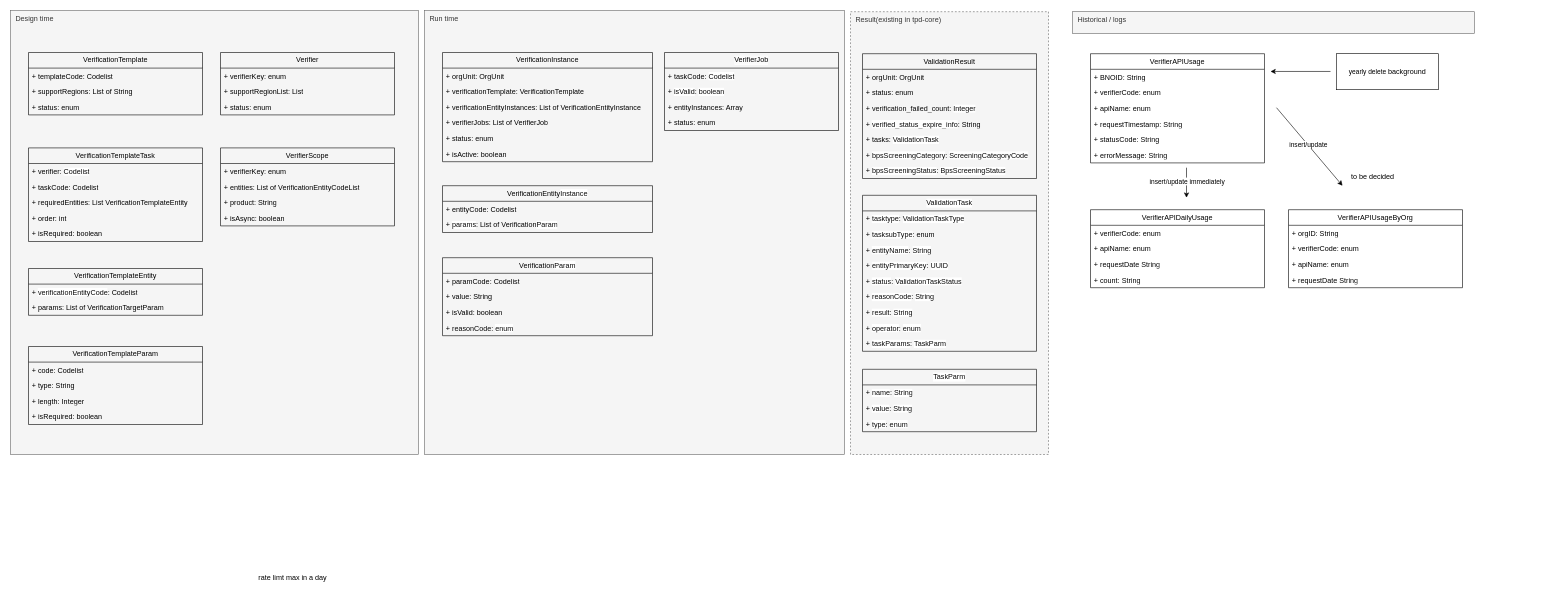
Above: page "Modeling" (3 of 9) of verification_framework.drawio in huangshijie/Drawio (draw.io), before the change. Source tidied: cells renumbered, new cells numbered last; positions are measured from the earlier drawing's top-left corner, leaving out a move shared by most shapes. Both pictures are drawn from the tidied source at 60%, with x=0, y=0 at pixel (10, 10).
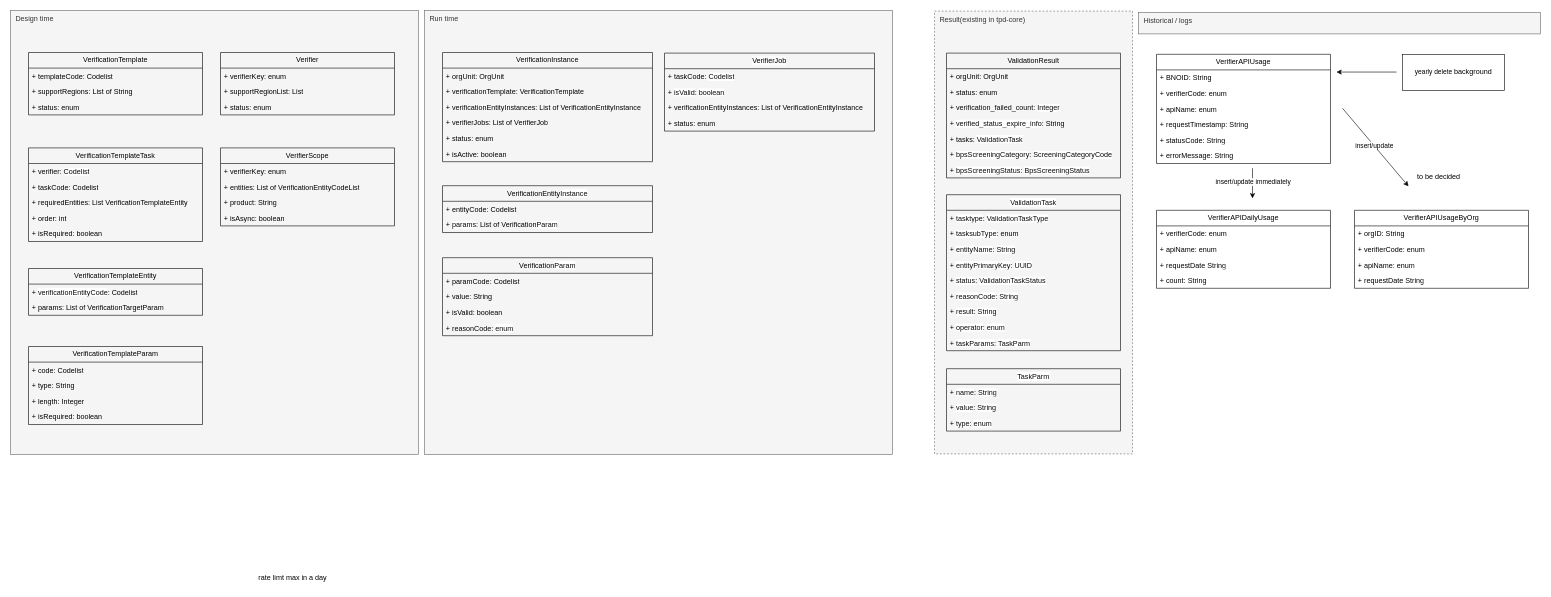
The same page after the edit.

Diff of the diagram source:
```diff
@@
     <mxCell id="2" value="&amp;nbsp; Result(existing in tpd-core)&amp;nbsp;" style="rounded=0;whiteSpace=wrap;html=1;align=left;verticalAlign=top;fillColor=#f5f5f5;strokeColor=#666666;fontColor=#333333;dashed=1;" parent="1" vertex="1">
-      <mxGeometry x="1400" y="2" width="330" height="738" as="geometry" />
+      <mxGeometry x="1540" y="1" width="330" height="738" as="geometry" />
     </mxCell>
@@
     <mxCell id="4" value="&amp;nbsp; Run time" style="rounded=0;whiteSpace=wrap;html=1;align=left;verticalAlign=top;fillColor=#f5f5f5;strokeColor=#666666;fontColor=#333333;" parent="1" vertex="1">
-      <mxGeometry x="690" width="700" height="740" as="geometry" />
+      <mxGeometry x="690" width="780" height="740" as="geometry" />
     </mxCell>
@@
     <mxCell id="13" value="&lt;div style=&quot;background-color: rgb(255, 255, 255); color: rgb(8, 8, 8); font-size: 12px;&quot;&gt;&lt;div style=&quot;font-size: 12px;&quot;&gt;&lt;span style=&quot;color: rgb(0, 0, 0); text-align: left; background-color: rgb(251, 251, 251);&quot;&gt;VerifierJob&lt;/span&gt;&lt;br&gt;&lt;/div&gt;&lt;/div&gt;" style="swimlane;fontStyle=0;horizontal=1;startSize=26;fillColor=none;whiteSpace=wrap;html=1;fontFamily=Helvetica;fontSize=12;" parent="1" vertex="1">
-      <mxGeometry x="1090" y="70" width="290" height="130" as="geometry" />
+      <mxGeometry x="1090" y="71" width="350" height="130" as="geometry" />
     </mxCell>
     <mxCell id="14" value="+ taskCode&lt;span style=&quot;background-color: initial; font-size: 12px;&quot;&gt;:&amp;nbsp;&lt;/span&gt;&lt;span style=&quot;font-size: 12px; background-color: rgb(255, 255, 255); color: rgb(8, 8, 8);&quot;&gt;Codelist&lt;/span&gt;" style="text;strokeColor=none;fillColor=none;align=left;verticalAlign=top;spacingLeft=4;spacingRight=4;overflow=hidden;whiteSpace=wrap;html=1;fontFamily=Helvetica;fontSize=12;" parent="13" vertex="1">
-      <mxGeometry y="26" width="290" height="26" as="geometry" />
+      <mxGeometry y="26" width="350" height="26" as="geometry" />
     </mxCell>
     <mxCell id="15" value="+&amp;nbsp;&lt;span style=&quot;font-size: 12px; background-color: rgb(255, 255, 255); color: rgb(8, 8, 8);&quot;&gt;isValid&lt;/span&gt;&lt;span style=&quot;background-color: initial; font-size: 12px;&quot;&gt;:&amp;nbsp;&lt;/span&gt;&lt;span style=&quot;font-size: 12px; background-color: rgb(255, 255, 255); color: rgb(8, 8, 8);&quot;&gt;boolean&lt;/span&gt;" style="text;strokeColor=none;fillColor=none;align=left;verticalAlign=top;spacingLeft=4;spacingRight=4;overflow=hidden;whiteSpace=wrap;html=1;fontFamily=Helvetica;fontSize=12;" parent="13" vertex="1">
-      <mxGeometry y="52" width="290" height="26" as="geometry" />
+      <mxGeometry y="52" width="350" height="26" as="geometry" />
     </mxCell>
-    <mxCell id="16" value="+ entityInstances: Array" style="text;strokeColor=none;fillColor=none;align=left;verticalAlign=top;spacingLeft=4;spacingRight=4;overflow=hidden;whiteSpace=wrap;html=1;" parent="13" vertex="1">
-      <mxGeometry y="78" width="290" height="26" as="geometry" />
+    <mxCell id="16" value="+ verificationEntityInstances: List of VerificationEntityInstance" style="text;strokeColor=none;fillColor=none;align=left;verticalAlign=top;spacingLeft=4;spacingRight=4;overflow=hidden;whiteSpace=wrap;html=1;" parent="13" vertex="1">
+      <mxGeometry y="78" width="350" height="26" as="geometry" />
     </mxCell>
     <mxCell id="17" value="+ status&lt;span style=&quot;background-color: initial; font-size: 12px;&quot;&gt;: enum&lt;/span&gt;" style="text;strokeColor=none;fillColor=none;align=left;verticalAlign=top;spacingLeft=4;spacingRight=4;overflow=hidden;whiteSpace=wrap;html=1;fontFamily=Helvetica;fontSize=12;" parent="13" vertex="1">
-      <mxGeometry y="104" width="290" height="26" as="geometry" />
+      <mxGeometry y="104" width="350" height="26" as="geometry" />
     </mxCell>
@@
     <mxCell id="40" value="VerifierAPIUsage" style="swimlane;fontStyle=0;horizontal=1;startSize=26;fillColor=none;whiteSpace=wrap;html=1;fontFamily=Helvetica;fontSize=12;" parent="1" vertex="1">
-      <mxGeometry x="1800" y="72" width="290" height="182" as="geometry" />
+      <mxGeometry x="1910" y="73" width="290" height="182" as="geometry" />
     </mxCell>
@@
     <mxCell id="47" value="VerifierAPIDailyUsage" style="swimlane;fontStyle=0;horizontal=1;startSize=26;fillColor=none;whiteSpace=wrap;html=1;fontFamily=Helvetica;fontSize=12;" parent="1" vertex="1">
-      <mxGeometry x="1800" y="332" width="290" height="130" as="geometry" />
+      <mxGeometry x="1910" y="333" width="290" height="130" as="geometry" />
     </mxCell>
@@
     <mxCell id="57" value="&amp;nbsp; Historical / logs" style="rounded=0;whiteSpace=wrap;html=1;verticalAlign=top;align=left;fillColor=#f5f5f5;fontColor=#333333;strokeColor=#666666;" parent="1" vertex="1">
-      <mxGeometry x="1770" y="2" width="670" height="36" as="geometry" />
+      <mxGeometry x="1880" y="3" width="670" height="36" as="geometry" />
     </mxCell>
     <mxCell id="58" value="VerifierAPIUsageByOrg" style="swimlane;fontStyle=0;horizontal=1;startSize=26;fillColor=none;whiteSpace=wrap;html=1;fontFamily=Helvetica;fontSize=12;" parent="1" vertex="1">
-      <mxGeometry x="2130" y="332" width="290" height="130" as="geometry" />
+      <mxGeometry x="2240" y="333" width="290" height="130" as="geometry" />
     </mxCell>
@@
     <mxCell id="63" style="endArrow=classic;html=1;rounded=0;" parent="1" edge="1">
       <mxGeometry relative="1" as="geometry">
-        <mxPoint x="2110" y="162" as="sourcePoint" />
-        <mxPoint x="2220" y="292" as="targetPoint" />
+        <mxPoint x="2220" y="163" as="sourcePoint" />
+        <mxPoint x="2330" y="293" as="targetPoint" />
       </mxGeometry>
     </mxCell>
@@
     <mxCell id="65" style="endArrow=classic;html=1;rounded=0;" parent="1" edge="1">
       <mxGeometry relative="1" as="geometry">
-        <mxPoint x="1960" y="262" as="sourcePoint" />
-        <mxPoint x="1960" y="312" as="targetPoint" />
+        <mxPoint x="2070" y="263" as="sourcePoint" />
+        <mxPoint x="2070" y="313" as="targetPoint" />
       </mxGeometry>
     </mxCell>
@@
     <mxCell id="67" style="endArrow=classic;html=1;rounded=0;" parent="1" edge="1">
       <mxGeometry relative="1" as="geometry">
-        <mxPoint x="2200" y="101.6" as="sourcePoint" />
-        <mxPoint x="2100" y="101.6" as="targetPoint" />
+        <mxPoint x="2310" y="102.6" as="sourcePoint" />
+        <mxPoint x="2210" y="102.6" as="targetPoint" />
       </mxGeometry>
     </mxCell>
     <mxCell id="68" value="&lt;span style=&quot;font-size: 11px; text-wrap: nowrap; background-color: rgb(255, 255, 255);&quot;&gt;yearly delete&amp;nbsp;&lt;/span&gt;background" style="rounded=0;whiteSpace=wrap;html=1;" parent="1" vertex="1">
-      <mxGeometry x="2210" y="72" width="170" height="60" as="geometry" />
+      <mxGeometry x="2320" y="73" width="170" height="60" as="geometry" />
     </mxCell>
     <mxCell id="69" value="to be decided" style="text;html=1;align=center;verticalAlign=middle;strokeColor=none;fillColor=none;" parent="1" vertex="1">
-      <mxGeometry x="2220" y="262" width="100" height="30" as="geometry" />
+      <mxGeometry x="2330" y="263" width="100" height="30" as="geometry" />
     </mxCell>
@@
     <mxCell id="76" value="ValidationResult" style="swimlane;fontStyle=0;horizontal=1;startSize=26;fillColor=none;whiteSpace=wrap;html=1;fontFamily=Helvetica;fontSize=12;" parent="1" vertex="1">
-      <mxGeometry x="1420" y="72" width="290" height="208" as="geometry" />
+      <mxGeometry x="1560" y="71" width="290" height="208" as="geometry" />
     </mxCell>
@@
     <mxCell id="84" value="&lt;div style=&quot;background-color: rgb(255, 255, 255); color: rgb(8, 8, 8); font-size: 12px;&quot;&gt;&lt;div style=&quot;font-size: 12px;&quot;&gt;&lt;br style=&quot;font-size: 12px;&quot;&gt;&lt;/div&gt;&lt;/div&gt;" style="text;html=1;align=center;verticalAlign=middle;strokeColor=none;fillColor=none;fontFamily=Helvetica;fontSize=12;" parent="1" vertex="1">
-      <mxGeometry x="1570" y="308" width="20" height="30" as="geometry" />
+      <mxGeometry x="1710" y="307" width="20" height="30" as="geometry" />
     </mxCell>
     <mxCell id="85" value="&lt;div style=&quot;background-color: rgb(255, 255, 255); color: rgb(8, 8, 8); font-size: 12px;&quot;&gt;&lt;div style=&quot;font-size: 12px;&quot;&gt;ValidationTask&lt;/div&gt;&lt;/div&gt;" style="swimlane;fontStyle=0;horizontal=1;startSize=26;fillColor=none;whiteSpace=wrap;html=1;fontFamily=Helvetica;fontSize=12;" parent="1" vertex="1">
-      <mxGeometry x="1420" y="308" width="290" height="260" as="geometry" />
+      <mxGeometry x="1560" y="307" width="290" height="260" as="geometry" />
     </mxCell>
@@
     <mxCell id="95" value="&lt;div style=&quot;background-color: rgb(255, 255, 255); color: rgb(8, 8, 8); font-size: 12px;&quot;&gt;&lt;div style=&quot;font-size: 12px;&quot;&gt;TaskParm&lt;/div&gt;&lt;/div&gt;" style="swimlane;fontStyle=0;horizontal=1;startSize=26;fillColor=none;whiteSpace=wrap;html=1;fontFamily=Helvetica;fontSize=12;" parent="1" vertex="1">
-      <mxGeometry x="1420" y="598" width="290" height="104" as="geometry" />
+      <mxGeometry x="1560" y="597" width="290" height="104" as="geometry" />
     </mxCell>
```
